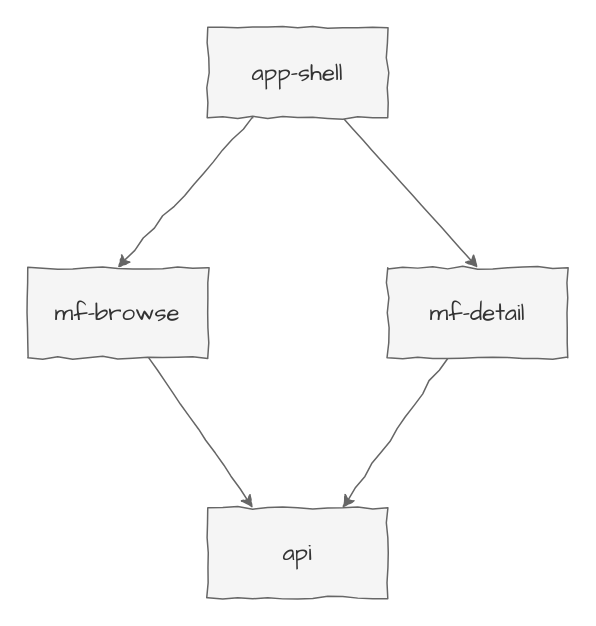
This is doc/micro-frontends.drawio from heikkilamarko/micro-frontends-app, a draw.io file, before an edit. Source tidied: cells renumbered, new cells numbered last; positions are measured from the earlier drawing's top-left corner, leaving out a move shared by most shapes. Both pictures are drawn from the tidied source at 150%, with x=0, y=0 at pixel (27, 27).
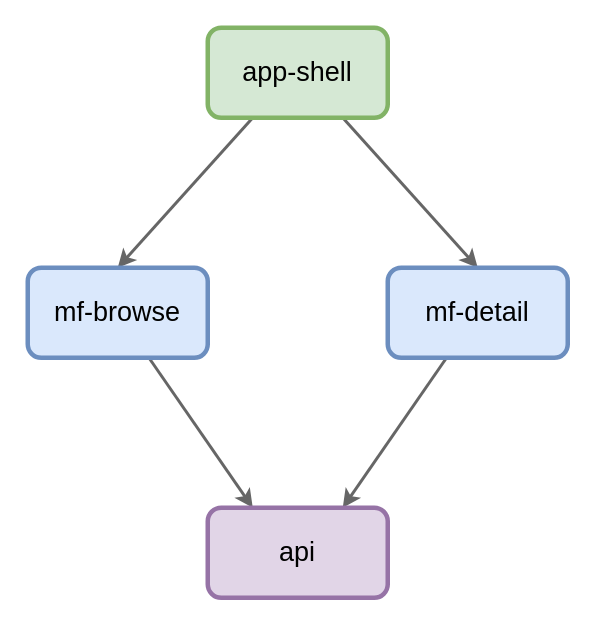
The same page after the edit.

The edit, as a diff of the source:
```diff
@@
 <mxGraphModel>
   <root>
     <mxCell id="0" />
     <mxCell id="1" parent="0" />
-    <mxCell id="2" style="rounded=0;jettySize=auto;html=1;entryX=0.5;entryY=0;entryDx=0;entryDy=0;fontFamily=Comic Sans MS;fontSize=16;exitX=0.25;exitY=1;exitDx=0;exitDy=0;comic=1;fillColor=#f5f5f5;strokeColor=#666666;" parent="1" edge="1" source="4" target="6">
+    <mxCell id="2" style="rounded=0;jettySize=auto;html=1;entryX=0.5;entryY=0;entryDx=0;entryDy=0;fontFamily=Helvetica;fontSize=16;exitX=0.25;exitY=1;exitDx=0;exitDy=0;comic=0;fillColor=#f5f5f5;strokeColor=#666666;strokeWidth=2;" parent="1" edge="1" source="4" target="6">
       <mxGeometry relative="1" as="geometry" />
     </mxCell>
-    <mxCell id="3" style="rounded=0;jettySize=auto;html=1;fontFamily=Comic Sans MS;fontSize=16;entryX=0.5;entryY=0;entryDx=0;entryDy=0;exitX=0.75;exitY=1;exitDx=0;exitDy=0;comic=1;fillColor=#f5f5f5;strokeColor=#666666;" parent="1" edge="1" source="4" target="8">
+    <mxCell id="3" style="rounded=0;jettySize=auto;html=1;fontFamily=Helvetica;fontSize=16;entryX=0.5;entryY=0;entryDx=0;entryDy=0;exitX=0.75;exitY=1;exitDx=0;exitDy=0;comic=0;fillColor=#f5f5f5;strokeColor=#666666;strokeWidth=2;" parent="1" edge="1" source="4" target="8">
       <mxGeometry relative="1" as="geometry" />
     </mxCell>
-    <mxCell id="4" value="app-shell" style="rounded=0;whiteSpace=wrap;html=1;fontSize=16;fontFamily=Comic Sans MS;comic=1;fillColor=#f5f5f5;strokeColor=#666666;fontColor=#333333;" parent="1" vertex="1">
+    <mxCell id="4" value="app-shell" style="rounded=1;whiteSpace=wrap;html=1;fontSize=18;fontFamily=Helvetica;comic=0;fillColor=#d5e8d4;strokeColor=#82b366;glass=0;shadow=0;strokeWidth=3;" parent="1" vertex="1">
       <mxGeometry x="120" width="120" height="60" as="geometry" />
     </mxCell>
-    <mxCell id="5" style="rounded=0;jettySize=auto;html=1;entryX=0.25;entryY=0;entryDx=0;entryDy=0;fontFamily=Comic Sans MS;fontSize=16;comic=1;fillColor=#f5f5f5;strokeColor=#666666;" parent="1" edge="1" source="6" target="9">
+    <mxCell id="5" style="rounded=0;jettySize=auto;html=1;entryX=0.25;entryY=0;entryDx=0;entryDy=0;fontFamily=Helvetica;fontSize=16;comic=0;fillColor=#f5f5f5;strokeColor=#666666;strokeWidth=2;" parent="1" edge="1" source="6" target="9">
       <mxGeometry relative="1" as="geometry" />
     </mxCell>
-    <mxCell id="6" value="mf-browse" style="rounded=0;whiteSpace=wrap;html=1;fontSize=16;fontFamily=Comic Sans MS;comic=1;fillColor=#f5f5f5;strokeColor=#666666;fontColor=#333333;" parent="1" vertex="1">
+    <mxCell id="6" value="mf-browse" style="rounded=1;whiteSpace=wrap;html=1;fontSize=18;fontFamily=Helvetica;comic=0;fillColor=#dae8fc;strokeColor=#6c8ebf;glass=0;shadow=0;strokeWidth=3;" parent="1" vertex="1">
       <mxGeometry y="160" width="120" height="60" as="geometry" />
     </mxCell>
-    <mxCell id="7" style="rounded=0;jettySize=auto;html=1;fontFamily=Comic Sans MS;fontSize=16;entryX=0.75;entryY=0;entryDx=0;entryDy=0;comic=1;fillColor=#f5f5f5;strokeColor=#666666;" parent="1" edge="1" source="8" target="9">
+    <mxCell id="7" style="rounded=0;jettySize=auto;html=1;fontFamily=Helvetica;fontSize=16;entryX=0.75;entryY=0;entryDx=0;entryDy=0;comic=0;fillColor=#f5f5f5;strokeColor=#666666;strokeWidth=2;" parent="1" edge="1" source="8" target="9">
       <mxGeometry relative="1" as="geometry" />
     </mxCell>
-    <mxCell id="8" value="mf-detail" style="rounded=0;whiteSpace=wrap;html=1;fontSize=16;fontFamily=Comic Sans MS;comic=1;fillColor=#f5f5f5;strokeColor=#666666;fontColor=#333333;" parent="1" vertex="1">
+    <mxCell id="8" value="mf-detail" style="rounded=1;whiteSpace=wrap;html=1;fontSize=18;fontFamily=Helvetica;comic=0;fillColor=#dae8fc;strokeColor=#6c8ebf;glass=0;shadow=0;strokeWidth=3;" parent="1" vertex="1">
       <mxGeometry x="240" y="160" width="120" height="60" as="geometry" />
     </mxCell>
-    <mxCell id="9" value="api" style="rounded=0;whiteSpace=wrap;html=1;fontSize=16;fontFamily=Comic Sans MS;comic=1;fillColor=#f5f5f5;strokeColor=#666666;fontColor=#333333;" parent="1" vertex="1">
+    <mxCell id="9" value="api" style="rounded=1;whiteSpace=wrap;html=1;fontSize=18;fontFamily=Helvetica;comic=0;fillColor=#e1d5e7;strokeColor=#9673a6;glass=0;shadow=0;strokeWidth=3;" parent="1" vertex="1">
       <mxGeometry x="120" y="320" width="120" height="60" as="geometry" />
     </mxCell>
   </root>
 </mxGraphModel>
```
